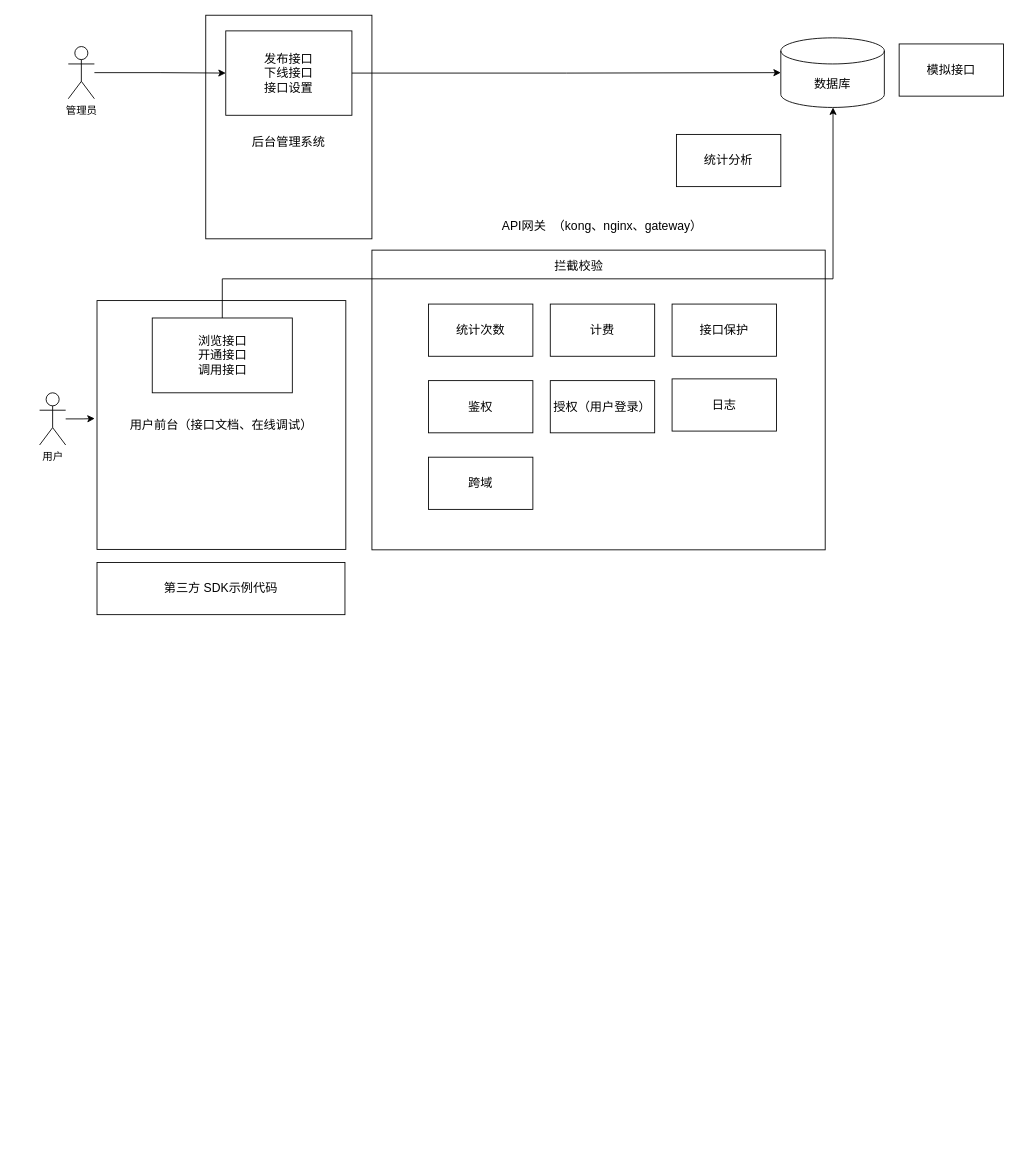
This is Api接口平台业务流程图.drawio from NingWest01/api-interface-open-platform, a draw.io file, before an edit. Source tidied: cells renumbered, new cells numbered last; positions are measured from the earlier drawing's top-left corner, leaving out a move shared by most shapes. Both pictures are drawn from the tidied source at 87%, with x=0, y=0 at pixel (39, 15).
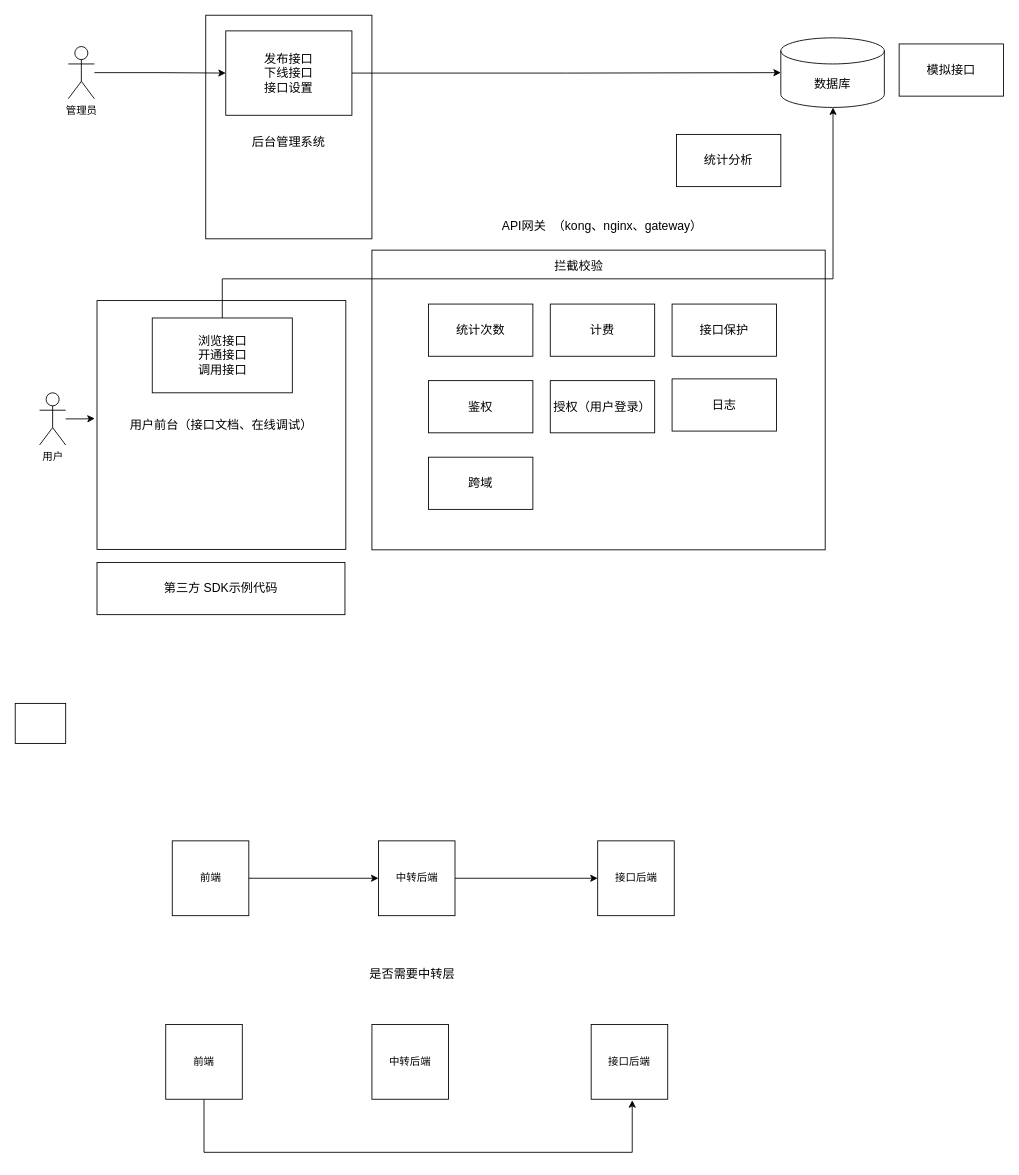
Above is the later version.

The edit, as a diff of the source:
```diff
@@
+    <mxCell id="28" style="rounded=0;whiteSpace=wrap;html=1;" parent="1" vertex="1">
+      <mxGeometry x="-28" y="791" width="58" height="46" as="geometry" />
+    </mxCell>
+    <mxCell id="29" style="group;" parent="1" vertex="1">
+      <mxGeometry x="145" y="949" width="584.5" height="358" as="geometry" />
+    </mxCell>
+    <mxCell id="30" value="前端" style="rounded=0;whiteSpace=wrap;html=1;" parent="29" vertex="1">
+      <mxGeometry x="7.5" width="88" height="86" as="geometry" />
+    </mxCell>
+    <mxCell id="31" value="中转后端" style="rounded=0;whiteSpace=wrap;html=1;" parent="29" vertex="1">
+      <mxGeometry x="244.5" width="88" height="86" as="geometry" />
+    </mxCell>
+    <mxCell id="32" style="edgeStyle=orthogonalEdgeStyle;rounded=0;jettySize=auto;html=1;entryX=0;entryY=0.5;entryDx=0;entryDy=0;" parent="29" edge="1" source="30" target="31">
+      <mxGeometry relative="1" as="geometry" />
+    </mxCell>
+    <mxCell id="33" value="接口后端" style="rounded=0;whiteSpace=wrap;html=1;" parent="29" vertex="1">
+      <mxGeometry x="496.5" width="88" height="86" as="geometry" />
+    </mxCell>
+    <mxCell id="34" style="edgeStyle=orthogonalEdgeStyle;rounded=0;jettySize=auto;html=1;entryX=0;entryY=0.5;entryDx=0;entryDy=0;" parent="29" edge="1" source="31" target="33">
+      <mxGeometry relative="1" as="geometry" />
+    </mxCell>
+    <mxCell id="35" style="edgeStyle=orthogonalEdgeStyle;rounded=0;jettySize=auto;html=1;" parent="29" edge="1" source="36">
+      <mxGeometry relative="1" as="geometry">
+        <mxPoint x="536.2" y="298.2" as="targetPoint" />
+        <Array as="points">
+          <mxPoint x="44" y="358" />
+          <mxPoint x="536" y="358" />
+        </Array>
+      </mxGeometry>
+    </mxCell>
+    <mxCell id="36" value="前端" style="rounded=0;whiteSpace=wrap;html=1;" parent="29" vertex="1">
+      <mxGeometry y="211" width="88" height="86" as="geometry" />
+    </mxCell>
+    <mxCell id="37" value="中转后端" style="rounded=0;whiteSpace=wrap;html=1;" parent="29" vertex="1">
+      <mxGeometry x="237" y="211" width="88" height="86" as="geometry" />
+    </mxCell>
+    <mxCell id="38" value="接口后端" style="rounded=0;whiteSpace=wrap;html=1;" parent="29" vertex="1">
+      <mxGeometry x="489" y="211" width="88" height="86" as="geometry" />
+    </mxCell>
+    <mxCell id="39" value="&lt;font style=&quot;font-size: 14px;&quot;&gt;是否需要中转层&lt;/font&gt;" style="text;html=1;align=center;verticalAlign=middle;strokeColor=none;fillColor=none;" parent="29" vertex="1">
+      <mxGeometry x="224.5" y="138" width="116" height="29" as="geometry" />
+    </mxCell>
```
